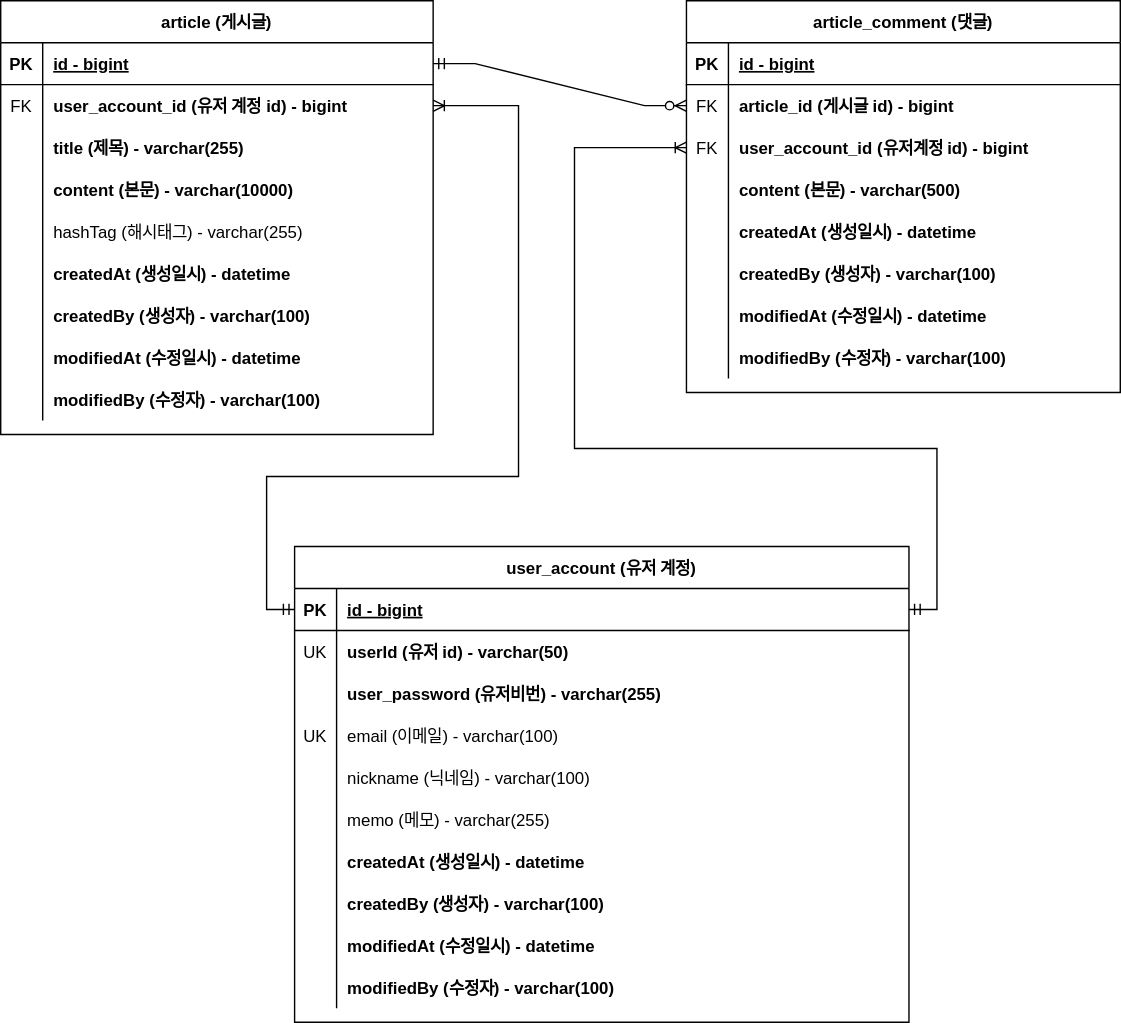
Above: document/project-board-erd.svg in HongHaneul/project-board (draw.io), before the change. Source tidied: cells renumbered, new cells last; positions are measured from the earlier drawing's top-left corner, leaving out a move shared by most shapes.
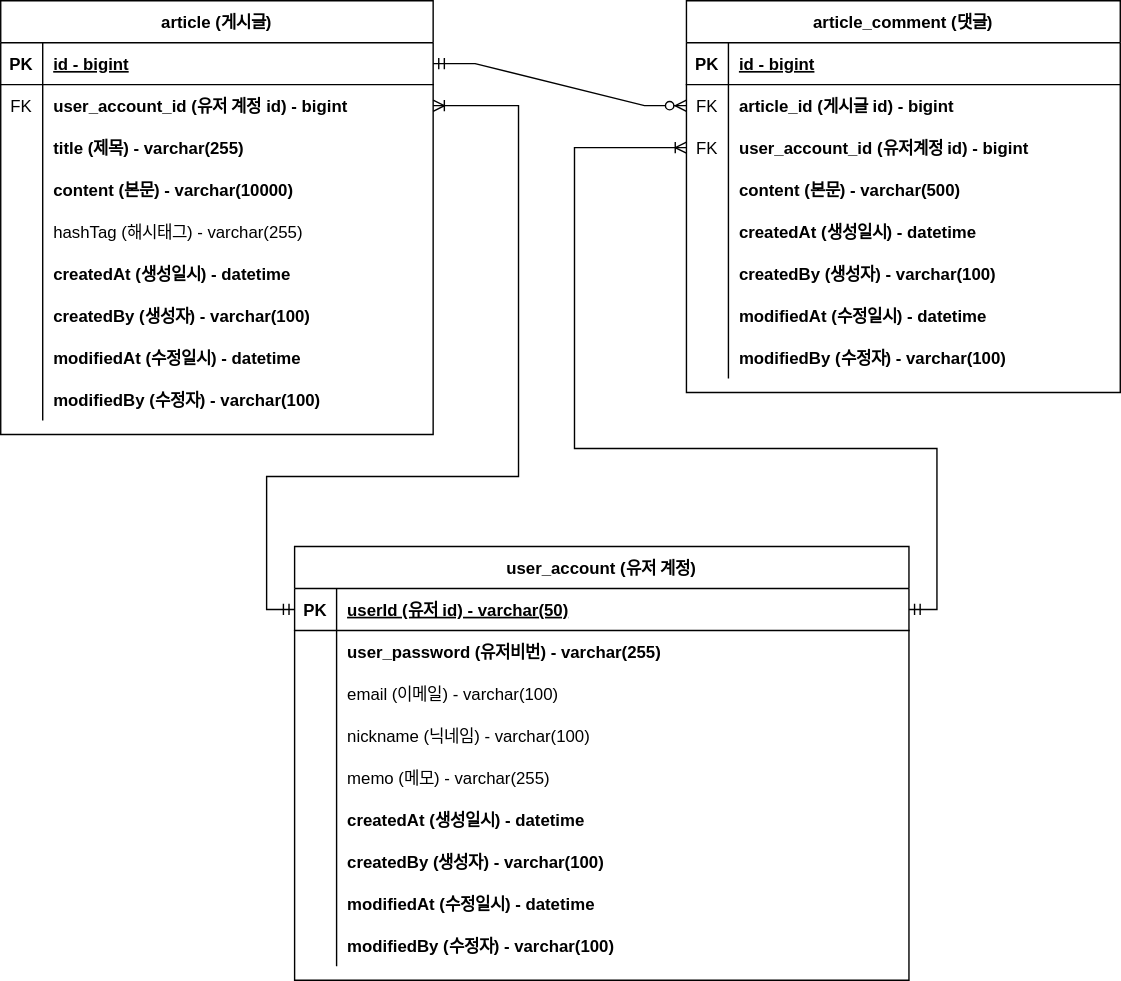
Later version of the same file.

What changed in the source:
```diff
@@ -165,7 +165,7 @@
       <mxGeometry relative="1" as="geometry" />
     </mxCell>
     <mxCell id="56" value="user_account (유저 계정)" style="shape=table;startSize=30;rowLines=0;fontStyle=1;align=center;" parent="1" vertex="1">
-      <mxGeometry x="210" y="390" width="439" height="340" as="geometry" />
+      <mxGeometry x="210" y="390" width="439" height="310" as="geometry" />
     </mxCell>
     <mxCell id="57" style="shape=tableRow;horizontal=0;startSize=0;swimlaneHead=0;swimlaneBody=0;fillColor=none;points=[[0,0.5],[1,0.5]];portConstraint=eastwest;top=0;left=0;right=0;bottom=1;" parent="56" vertex="1">
       <mxGeometry y="30" width="439" height="30" as="geometry" />
@@ -173,20 +173,11 @@
     <mxCell id="58" value="PK" style="shape=partialRectangle;fillColor=none;top=0;left=0;bottom=0;right=0;fontStyle=1;overflow=hidden;" parent="57" vertex="1">
       <mxGeometry width="30" height="30" as="geometry" />
     </mxCell>
-    <mxCell id="59" value="id - bigint" style="shape=partialRectangle;fillColor=none;top=0;left=0;bottom=0;right=0;align=left;spacingLeft=6;fontStyle=5;overflow=hidden;" parent="57" vertex="1">
+    <mxCell id="59" value="userId (유저 id) - varchar(50)" style="shape=partialRectangle;fillColor=none;top=0;left=0;bottom=0;right=0;align=left;spacingLeft=6;fontStyle=5;overflow=hidden;" parent="57" vertex="1">
       <mxGeometry x="30" width="409" height="30" as="geometry" />
     </mxCell>
-    <mxCell id="60" style="shape=tableRow;horizontal=0;startSize=0;swimlaneHead=0;swimlaneBody=0;fillColor=none;top=0;left=0;right=0;bottom=0;" parent="56" vertex="1">
-      <mxGeometry y="60" width="439" height="30" as="geometry" />
-    </mxCell>
-    <mxCell id="61" value="UK" style="shape=partialRectangle;fillColor=none;top=0;left=0;bottom=0;right=0;overflow=hidden;" parent="60" vertex="1">
-      <mxGeometry width="30" height="30" as="geometry" />
-    </mxCell>
-    <mxCell id="62" value="userId (유저 id) - varchar(50)" style="shape=partialRectangle;fillColor=none;top=0;left=0;bottom=0;right=0;align=left;spacingLeft=6;overflow=hidden;fontStyle=1;" parent="60" vertex="1">
-      <mxGeometry x="30" width="409" height="30" as="geometry" />
-    </mxCell>
     <mxCell id="63" style="shape=tableRow;horizontal=0;startSize=0;swimlaneHead=0;swimlaneBody=0;fillColor=none;top=0;left=0;right=0;bottom=0;" parent="56" vertex="1">
-      <mxGeometry y="90" width="439" height="30" as="geometry" />
+      <mxGeometry y="60" width="439" height="30" as="geometry" />
     </mxCell>
     <mxCell id="64" style="shape=partialRectangle;fillColor=none;top=0;left=0;bottom=0;right=0;overflow=hidden;" parent="63" vertex="1">
       <mxGeometry width="30" height="30" as="geometry" />
@@ -195,16 +186,16 @@
       <mxGeometry x="30" width="409" height="30" as="geometry" />
     </mxCell>
     <mxCell id="66" style="shape=tableRow;horizontal=0;startSize=0;swimlaneHead=0;swimlaneBody=0;fillColor=none;top=0;left=0;right=0;bottom=0;" parent="56" vertex="1">
-      <mxGeometry y="120" width="439" height="30" as="geometry" />
+      <mxGeometry y="90" width="439" height="30" as="geometry" />
     </mxCell>
-    <mxCell id="67" value="UK" style="shape=partialRectangle;fillColor=none;top=0;left=0;bottom=0;right=0;overflow=hidden;" parent="66" vertex="1">
+    <mxCell id="67" style="shape=partialRectangle;fillColor=none;top=0;left=0;bottom=0;right=0;overflow=hidden;" parent="66" vertex="1">
       <mxGeometry width="30" height="30" as="geometry" />
     </mxCell>
     <mxCell id="68" value="email (이메일) - varchar(100)" style="shape=partialRectangle;fillColor=none;top=0;left=0;bottom=0;right=0;align=left;spacingLeft=6;overflow=hidden;" parent="66" vertex="1">
       <mxGeometry x="30" width="409" height="30" as="geometry" />
     </mxCell>
     <mxCell id="69" style="shape=tableRow;horizontal=0;startSize=0;swimlaneHead=0;swimlaneBody=0;fillColor=none;top=0;left=0;right=0;bottom=0;" parent="56" vertex="1">
-      <mxGeometry y="150" width="439" height="30" as="geometry" />
+      <mxGeometry y="120" width="439" height="30" as="geometry" />
     </mxCell>
     <mxCell id="70" style="shape=partialRectangle;fillColor=none;top=0;left=0;bottom=0;right=0;overflow=hidden;" parent="69" vertex="1">
       <mxGeometry width="30" height="30" as="geometry" />
@@ -213,7 +204,7 @@
       <mxGeometry x="30" width="409" height="30" as="geometry" />
     </mxCell>
     <mxCell id="72" style="shape=tableRow;horizontal=0;startSize=0;swimlaneHead=0;swimlaneBody=0;fillColor=none;top=0;left=0;right=0;bottom=0;" parent="56" vertex="1">
-      <mxGeometry y="180" width="439" height="30" as="geometry" />
+      <mxGeometry y="150" width="439" height="30" as="geometry" />
     </mxCell>
     <mxCell id="73" style="shape=partialRectangle;fillColor=none;top=0;left=0;bottom=0;right=0;overflow=hidden;" parent="72" vertex="1">
       <mxGeometry width="30" height="30" as="geometry" />
@@ -222,7 +213,7 @@
       <mxGeometry x="30" width="409" height="30" as="geometry" />
     </mxCell>
     <mxCell id="75" style="shape=tableRow;horizontal=0;startSize=0;swimlaneHead=0;swimlaneBody=0;fillColor=none;top=0;left=0;right=0;bottom=0;" parent="56" vertex="1">
-      <mxGeometry y="210" width="439" height="30" as="geometry" />
+      <mxGeometry y="180" width="439" height="30" as="geometry" />
     </mxCell>
     <mxCell id="76" style="shape=partialRectangle;fillColor=none;top=0;left=0;bottom=0;right=0;overflow=hidden;" parent="75" vertex="1">
       <mxGeometry width="30" height="30" as="geometry" />
@@ -231,7 +222,7 @@
       <mxGeometry x="30" width="409" height="30" as="geometry" />
     </mxCell>
     <mxCell id="78" style="shape=tableRow;horizontal=0;startSize=0;swimlaneHead=0;swimlaneBody=0;fillColor=none;top=0;left=0;right=0;bottom=0;" parent="56" vertex="1">
-      <mxGeometry y="240" width="439" height="30" as="geometry" />
+      <mxGeometry y="210" width="439" height="30" as="geometry" />
     </mxCell>
     <mxCell id="79" style="shape=partialRectangle;fillColor=none;top=0;left=0;bottom=0;right=0;overflow=hidden;" parent="78" vertex="1">
       <mxGeometry width="30" height="30" as="geometry" />
@@ -240,7 +231,7 @@
       <mxGeometry x="30" width="409" height="30" as="geometry" />
     </mxCell>
     <mxCell id="81" style="shape=tableRow;horizontal=0;startSize=0;swimlaneHead=0;swimlaneBody=0;fillColor=none;top=0;left=0;right=0;bottom=0;" parent="56" vertex="1">
-      <mxGeometry y="270" width="439" height="30" as="geometry" />
+      <mxGeometry y="240" width="439" height="30" as="geometry" />
     </mxCell>
     <mxCell id="82" style="shape=partialRectangle;fillColor=none;top=0;left=0;bottom=0;right=0;overflow=hidden;" parent="81" vertex="1">
       <mxGeometry width="30" height="30" as="geometry" />
@@ -249,7 +240,7 @@
       <mxGeometry x="30" width="409" height="30" as="geometry" />
     </mxCell>
     <mxCell id="84" style="shape=tableRow;horizontal=0;startSize=0;swimlaneHead=0;swimlaneBody=0;fillColor=none;top=0;left=0;right=0;bottom=0;" parent="56" vertex="1">
-      <mxGeometry y="300" width="439" height="30" as="geometry" />
+      <mxGeometry y="270" width="439" height="30" as="geometry" />
     </mxCell>
     <mxCell id="85" style="shape=partialRectangle;fillColor=none;top=0;left=0;bottom=0;right=0;overflow=hidden;" parent="84" vertex="1">
       <mxGeometry width="30" height="30" as="geometry" />
```
